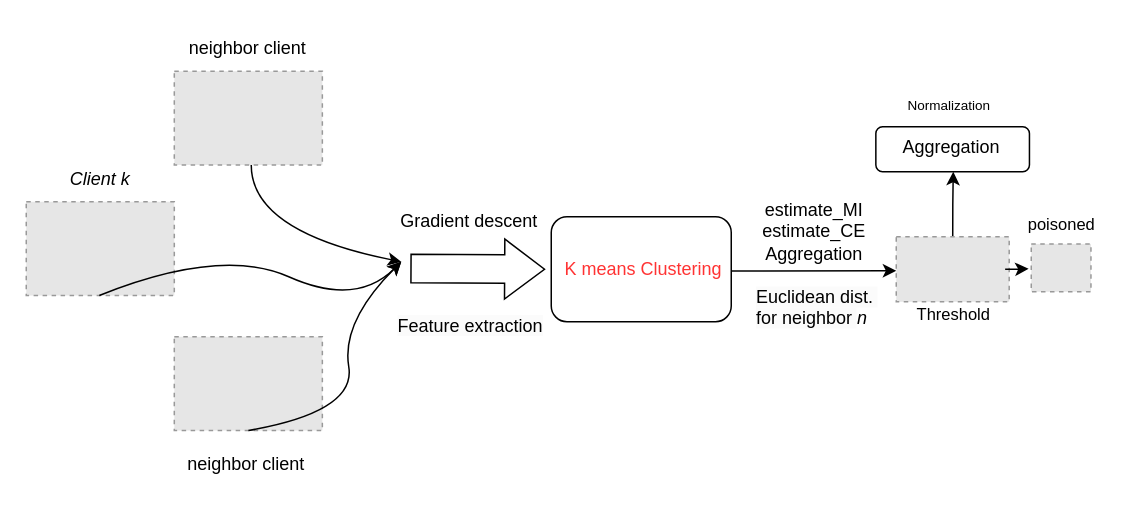
Earlier version of the draw.io diagram Untitled Diagram.drawio (zongcai66/Introduction-to-Reinforcement-Learning). Source tidied: cells renumbered, new cells numbered last; positions are measured from the earlier drawing's top-left corner, leaving out a move shared by most shapes. Both pictures are drawn from the tidied source at 150%, with x=0, y=0 at pixel (26, 26). Pictures stored in the file or linked from it are replaced by grey dashed boxes.
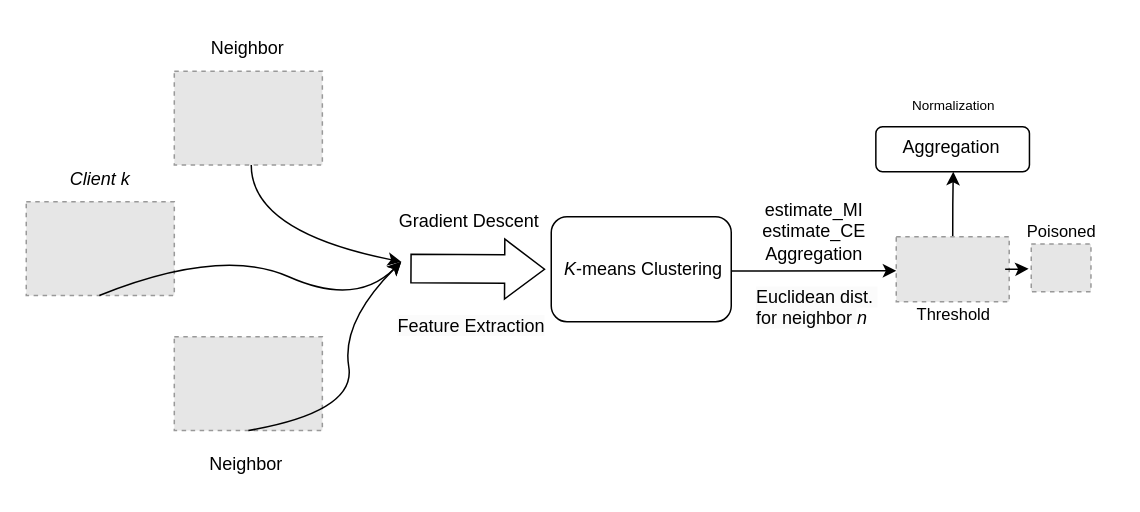
Above is the later version.

What changed in the source:
```diff
@@
-    <mxCell id="2" value="&lt;font color=&quot;#ff3333&quot;&gt;&amp;nbsp;K means Clustering&lt;/font&gt;" style="rounded=1;whiteSpace=wrap;html=1;fontSize=12;glass=0;strokeWidth=1;shadow=0;" parent="1" vertex="1">
+    <mxCell id="2" value="&amp;nbsp;&lt;i&gt;K&lt;/i&gt;-means Clustering" style="rounded=1;whiteSpace=wrap;html=1;fontSize=12;glass=0;strokeWidth=1;shadow=0;" parent="1" vertex="1">
       <mxGeometry x="350" y="127" width="120" height="70" as="geometry" />
     </mxCell>
@@
-    <mxCell id="12" value="neighbor client&amp;nbsp;" style="text;html=1;align=center;verticalAlign=middle;strokeColor=none;fillColor=none;" parent="1" vertex="1">
-      <mxGeometry x="98.7" width="100" height="30" as="geometry" />
+    <mxCell id="12" value="Neighbor&amp;nbsp;" style="text;html=1;align=center;verticalAlign=middle;strokeColor=none;fillColor=none;" parent="1" vertex="1">
+      <mxGeometry x="108.7" width="80" height="30" as="geometry" />
     </mxCell>
-    <mxCell id="13" value="neighbor client&amp;nbsp;" style="text;html=1;align=center;verticalAlign=middle;strokeColor=none;fillColor=none;" parent="1" vertex="1">
-      <mxGeometry x="98.1" y="277" width="100" height="30" as="geometry" />
+    <mxCell id="13" value="Neighbor&amp;nbsp;" style="text;html=1;align=center;verticalAlign=middle;strokeColor=none;fillColor=none;" parent="1" vertex="1">
+      <mxGeometry x="108.1" y="277" width="80" height="30" as="geometry" />
     </mxCell>
-    <mxCell id="14" value="Gradient descent&lt;div&gt;&lt;br&gt;&lt;/div&gt;" style="text;html=1;align=center;verticalAlign=middle;strokeColor=none;fillColor=none;" parent="1" vertex="1">
-      <mxGeometry x="240" y="117" width="110" height="40" as="geometry" />
+    <mxCell id="14" value="Gradient Descent&lt;div&gt;&lt;br&gt;&lt;/div&gt;" style="text;html=1;align=center;verticalAlign=middle;strokeColor=none;fillColor=none;" parent="1" vertex="1">
+      <mxGeometry x="235" y="117" width="120" height="40" as="geometry" />
     </mxCell>
@@
-    <mxCell id="16" value="&lt;span style=&quot;caret-color: rgb(0, 0, 0); color: rgb(0, 0, 0); font-family: Helvetica; font-size: 12px; font-style: normal; font-variant-caps: normal; font-weight: 400; letter-spacing: normal; orphans: auto; text-align: center; text-indent: 0px; text-transform: none; white-space: nowrap; widows: auto; word-spacing: 0px; -webkit-text-stroke-width: 0px; background-color: rgb(251, 251, 251); text-decoration: none; display: inline !important; float: none;&quot;&gt;Feature extraction&lt;/span&gt;" style="text;whiteSpace=wrap;html=1;" parent="1" vertex="1">
+    <mxCell id="16" value="&lt;span style=&quot;caret-color: rgb(0, 0, 0); color: rgb(0, 0, 0); font-family: Helvetica; font-size: 12px; font-style: normal; font-variant-caps: normal; font-weight: 400; letter-spacing: normal; orphans: auto; text-align: center; text-indent: 0px; text-transform: none; white-space: nowrap; widows: auto; word-spacing: 0px; -webkit-text-stroke-width: 0px; background-color: rgb(251, 251, 251); text-decoration: none; display: inline !important; float: none;&quot;&gt;Feature Extraction&lt;/span&gt;" style="text;whiteSpace=wrap;html=1;" parent="1" vertex="1">
       <mxGeometry x="246" y="185.5" width="130" height="40" as="geometry" />
     </mxCell>
@@
-    <mxCell id="22" value="&lt;font style=&quot;font-size: 11px;&quot;&gt;poisoned&lt;/font&gt;" style="text;html=1;align=center;verticalAlign=middle;strokeColor=none;fillColor=none;fontFamily=Helvetica;fontSize=12;fontColor=default;" parent="1" vertex="1">
-      <mxGeometry x="655.3" y="117" width="70" height="30" as="geometry" />
+    <mxCell id="22" value="&lt;font style=&quot;font-size: 11px;&quot;&gt;Poisoned&lt;/font&gt;" style="text;html=1;align=center;verticalAlign=middle;strokeColor=none;fillColor=none;fontFamily=Helvetica;fontSize=12;fontColor=default;" parent="1" vertex="1">
+      <mxGeometry x="655.3" y="122" width="70" height="30" as="geometry" />
     </mxCell>
@@
     <mxCell id="25" value="&lt;font style=&quot;font-size: 9px;&quot;&gt;Normalization&lt;/font&gt;" style="text;html=1;align=center;verticalAlign=middle;strokeColor=none;fillColor=none;fontFamily=Helvetica;fontSize=12;fontColor=default;" parent="1" vertex="1">
-      <mxGeometry x="575.3" y="37" width="80" height="30" as="geometry" />
+      <mxGeometry x="577.6" y="37" width="80" height="30" as="geometry" />
     </mxCell>
```
